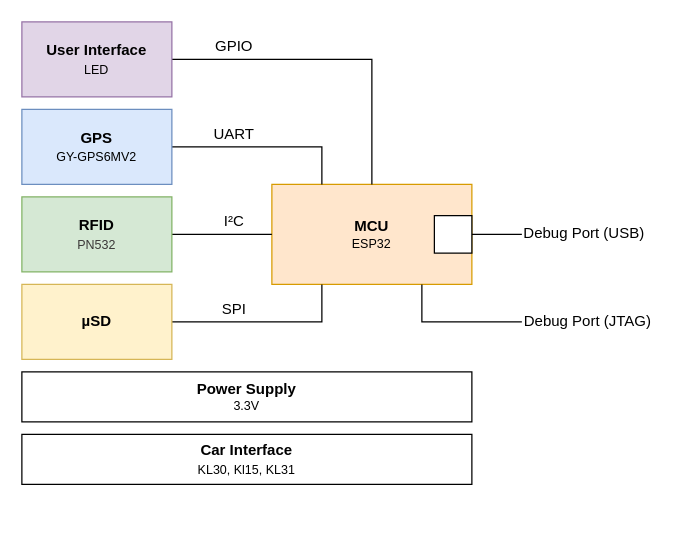
The draw.io diagram documentation/CarSharingSystem.drawio in 3pleL/CarSharingSystem, before the edit. Source tidied: cells renumbered, new cells numbered last; positions are measured from the earlier drawing's top-left corner, leaving out a move shared by most shapes. Both pictures are drawn from the tidied source at 125%, with x=0, y=0 at pixel (21, 21).
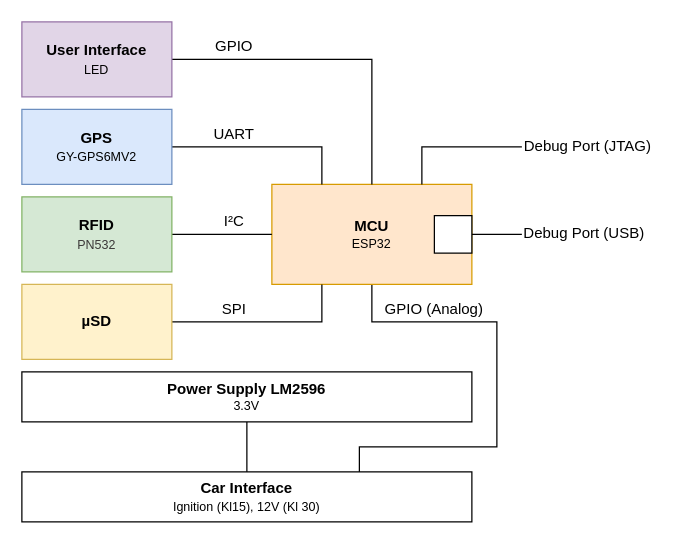
The same diagram, later.

Commit message (it also covers changes not shown here):
update documentation, add power control of external modules

Unchanged cells that the change refers to:
```xml
<mxCell id="2" value="&lt;div&gt;&lt;b&gt;MCU&lt;/b&gt;&lt;/div&gt;&lt;div style=&quot;font-size: 10px&quot;&gt;ESP32&lt;b&gt;&lt;br&gt;&lt;/b&gt;&lt;/div&gt;" style="rounded=0;whiteSpace=wrap;html=1;fillColor=#ffe6cc;strokeColor=#d79b00;" parent="1" vertex="1">
  <mxGeometry x="200" y="130" width="160" height="80" as="geometry" />
</mxCell>
```

The edit, as a diff of the source:
```diff
@@
+    <mxCell id="22" style="edgeStyle=orthogonalEdgeStyle;rounded=0;jettySize=auto;html=1;exitX=0.5;exitY=1;exitDx=0;exitDy=0;entryX=0.75;entryY=0;entryDx=0;entryDy=0;endArrow=none;endFill=0;" parent="1" edge="1" source="2" target="19">
+      <mxGeometry relative="1" as="geometry">
+        <Array as="points">
+          <mxPoint x="280" y="240" />
+          <mxPoint x="380" y="240" />
+          <mxPoint x="380" y="340" />
+          <mxPoint x="270" y="340" />
+        </Array>
+      </mxGeometry>
+    </mxCell>
@@
-    <mxCell id="12" value="&lt;div&gt;&lt;b&gt;Power Supply&lt;/b&gt;&lt;/div&gt;&lt;div style=&quot;font-size: 10px&quot;&gt;3.3V&lt;br&gt;&lt;/div&gt;" style="rounded=0;whiteSpace=wrap;html=1;" parent="1" vertex="1">
+    <mxCell id="12" value="&lt;div&gt;&lt;b&gt;Power Supply LM2596&lt;br&gt;&lt;/b&gt;&lt;/div&gt;&lt;div style=&quot;font-size: 10px&quot;&gt;3.3V&lt;br&gt;&lt;/div&gt;" style="rounded=0;whiteSpace=wrap;html=1;" parent="1" vertex="1">
       <mxGeometry y="280" width="360" height="40" as="geometry" />
     </mxCell>
@@
+    <mxCell id="23" style="edgeStyle=orthogonalEdgeStyle;rounded=0;jettySize=auto;html=1;exitX=0.5;exitY=0;exitDx=0;exitDy=0;entryX=0.5;entryY=1;entryDx=0;entryDy=0;endArrow=none;endFill=0;" parent="1" edge="1" source="19" target="12">
+      <mxGeometry relative="1" as="geometry" />
+    </mxCell>
-    <mxCell id="19" value="&lt;div&gt;&lt;b&gt;Car Interface&lt;/b&gt;&lt;/div&gt;&lt;div&gt;&lt;font style=&quot;font-size: 10px&quot;&gt;KL30, Kl15, KL31&lt;/font&gt;&lt;br&gt;&lt;/div&gt;" style="rounded=0;whiteSpace=wrap;html=1;" parent="1" vertex="1">
-      <mxGeometry y="330" width="360" height="40" as="geometry" />
+    <mxCell id="19" value="&lt;div&gt;&lt;b&gt;Car Interface&lt;/b&gt;&lt;/div&gt;&lt;div&gt;&lt;font style=&quot;font-size: 10px&quot;&gt;Ignition (Kl15), 12V (Kl 30)&lt;/font&gt;&lt;br&gt;&lt;/div&gt;" style="rounded=0;whiteSpace=wrap;html=1;" parent="1" vertex="1">
+      <mxGeometry y="360" width="360" height="40" as="geometry" />
     </mxCell>
-    <mxCell id="20" style="edgeStyle=orthogonalEdgeStyle;rounded=0;jettySize=auto;html=1;exitX=0;exitY=0.5;exitDx=0;exitDy=0;entryX=0.75;entryY=1;entryDx=0;entryDy=0;endArrow=none;endFill=0;" parent="1" edge="1" source="21" target="2">
+    <mxCell id="20" style="edgeStyle=orthogonalEdgeStyle;rounded=0;jettySize=auto;html=1;exitX=0;exitY=0.5;exitDx=0;exitDy=0;entryX=0.75;entryY=0;entryDx=0;entryDy=0;endArrow=none;endFill=0;" parent="1" edge="1" source="21" target="2">
       <mxGeometry relative="1" as="geometry" />
     </mxCell>
     <mxCell id="21" value="Debug Port (JTAG)" style="text;html=1;strokeColor=none;fillColor=none;align=left;verticalAlign=middle;whiteSpace=wrap;rounded=0;" parent="1" vertex="1">
-      <mxGeometry x="400" y="230" width="120" height="20" as="geometry" />
+      <mxGeometry x="400" y="90" width="120" height="20" as="geometry" />
     </mxCell>
+    <mxCell id="24" value="GPIO (Analog)" style="text;html=1;strokeColor=none;fillColor=none;align=center;verticalAlign=middle;whiteSpace=wrap;rounded=0;" parent="1" vertex="1">
+      <mxGeometry x="280" y="220" width="100" height="20" as="geometry" />
+    </mxCell>
```
